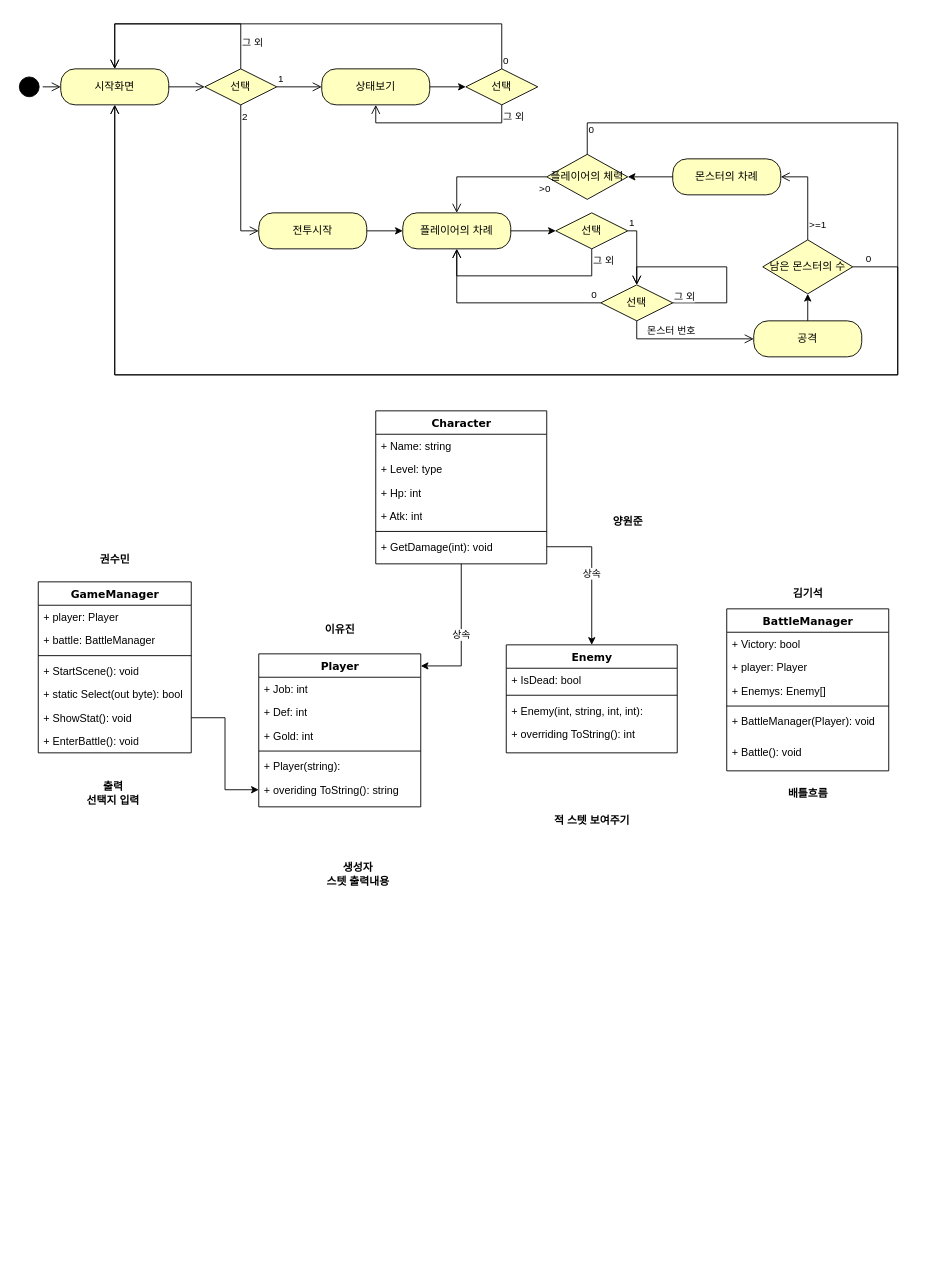
Kim-giseok/TxtRPG2 keeps this draw.io diagram as Class.drawio. Above is the earlier version. Source tidied: cells renumbered, new cells numbered last; positions are measured from the earlier drawing's top-left corner, leaving out a move shared by most shapes. Both pictures are drawn from the tidied source at 90%, with x=0, y=0 at pixel (15, 23).
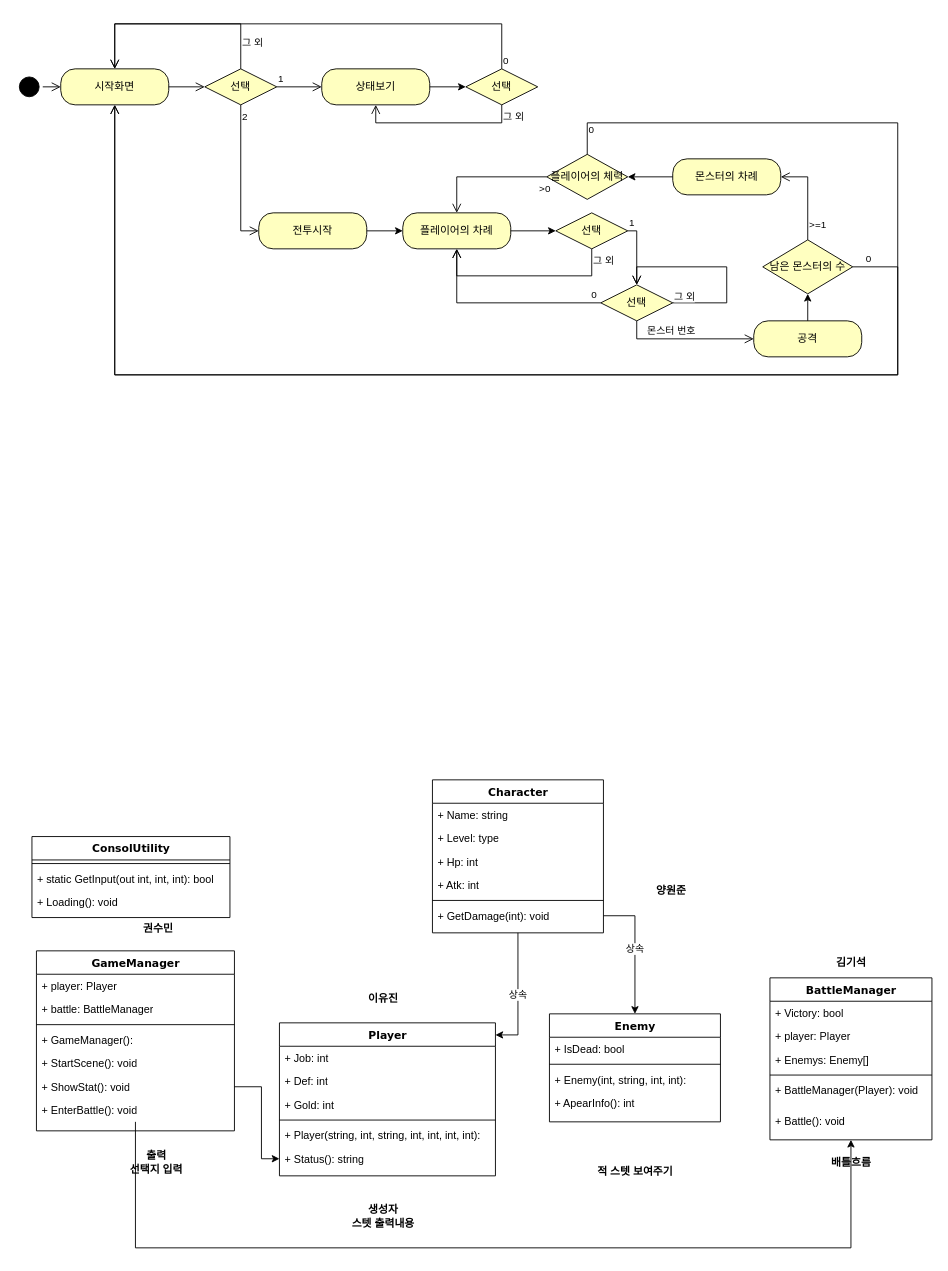
After the change.

Unchanged cells that the change refers to:
```xml
<mxCell id="62" value="+ Battle(): void" style="text;html=1;strokeColor=none;fillColor=none;align=left;verticalAlign=top;spacingLeft=4;spacingRight=4;whiteSpace=wrap;overflow=hidden;points=[[0,0.5],[1,0.5]];portConstraint=eastwest;" parent="56" vertex="1">
  <mxGeometry y="146" width="180" height="34" as="geometry" />
</mxCell>
```

Change to the diagram source:
```diff
@@
     <mxCell id="2" value="GameManager" style="swimlane;html=1;fontStyle=1;align=center;verticalAlign=top;horizontal=1;startSize=26;swimlaneFillColor=#ffffff;rounded=0;shadow=0;comic=0;labelBackgroundColor=none;strokeWidth=1;fillColor=none;fontFamily=Verdana;fontSize=12;" parent="1" vertex="1">
-      <mxGeometry x="25" y="620" width="170" height="190" as="geometry" />
+      <mxGeometry x="23" y="1030" width="220" height="200" as="geometry" />
     </mxCell>
     <mxCell id="3" value="+ player: Player" style="text;html=1;strokeColor=none;fillColor=none;align=left;verticalAlign=top;spacingLeft=4;spacingRight=4;whiteSpace=wrap;overflow=hidden;" parent="2" vertex="1">
-      <mxGeometry y="26" width="170" height="26" as="geometry" />
+      <mxGeometry y="26" width="220" height="26" as="geometry" />
     </mxCell>
     <mxCell id="4" value="+ battle: BattleManager" style="text;html=1;strokeColor=none;fillColor=none;align=left;verticalAlign=top;spacingLeft=4;spacingRight=4;whiteSpace=wrap;overflow=hidden;" parent="2" vertex="1">
-      <mxGeometry y="52" width="170" height="26" as="geometry" />
+      <mxGeometry y="52" width="220" height="26" as="geometry" />
     </mxCell>
     <mxCell id="5" style="line;html=1;strokeWidth=1;fillColor=none;align=left;verticalAlign=middle;spacingTop=-1;spacingLeft=3;spacingRight=3;labelPosition=right;" parent="2" vertex="1">
-      <mxGeometry y="78" width="170" height="8" as="geometry" />
+      <mxGeometry y="78" width="220" height="8" as="geometry" />
     </mxCell>
+    <mxCell id="81" value="+ GameManager():&lt;div&gt;&lt;br&gt;&lt;/div&gt;" style="text;html=1;strokeColor=none;fillColor=none;align=left;verticalAlign=top;spacingLeft=4;spacingRight=4;whiteSpace=wrap;overflow=hidden;" parent="2" vertex="1">
+      <mxGeometry y="86" width="220" height="26" as="geometry" />
+    </mxCell>
     <mxCell id="6" value="+ StartScene(): void&lt;div&gt;&lt;br&gt;&lt;/div&gt;" style="text;html=1;strokeColor=none;fillColor=none;align=left;verticalAlign=top;spacingLeft=4;spacingRight=4;whiteSpace=wrap;overflow=hidden;" parent="2" vertex="1">
-      <mxGeometry y="86" width="170" height="26" as="geometry" />
+      <mxGeometry y="112" width="220" height="26" as="geometry" />
     </mxCell>
-    <mxCell id="7" value="+ static Select(out byte): bool" style="text;html=1;strokeColor=none;fillColor=none;align=left;verticalAlign=top;spacingLeft=4;spacingRight=4;whiteSpace=wrap;overflow=hidden;" parent="2" vertex="1">
-      <mxGeometry y="112" width="170" height="26" as="geometry" />
-    </mxCell>
     <mxCell id="8" value="+ ShowStat(): void" style="text;html=1;strokeColor=none;fillColor=none;align=left;verticalAlign=top;spacingLeft=4;spacingRight=4;whiteSpace=wrap;overflow=hidden;points=[[0,0.5],[1,0.5]];portConstraint=eastwest;" parent="2" vertex="1">
-      <mxGeometry y="138" width="170" height="26" as="geometry" />
+      <mxGeometry y="138" width="220" height="26" as="geometry" />
     </mxCell>
     <mxCell id="9" value="+ EnterBattle(): void" style="text;html=1;strokeColor=none;fillColor=none;align=left;verticalAlign=top;spacingLeft=4;spacingRight=4;whiteSpace=wrap;overflow=hidden;points=[[0,0.5],[1,0.5]];portConstraint=eastwest;" parent="2" vertex="1">
-      <mxGeometry y="164" width="170" height="26" as="geometry" />
+      <mxGeometry y="164" width="220" height="26" as="geometry" />
     </mxCell>
@@
     <mxCell id="44" value="Player" style="swimlane;html=1;fontStyle=1;align=center;verticalAlign=top;horizontal=1;startSize=26;swimlaneFillColor=#ffffff;rounded=0;shadow=0;comic=0;labelBackgroundColor=none;strokeWidth=1;fillColor=none;fontFamily=Verdana;fontSize=12;" parent="1" vertex="1">
-      <mxGeometry x="270" y="700" width="180" height="170" as="geometry" />
+      <mxGeometry x="293" y="1110" width="240" height="170" as="geometry" />
     </mxCell>
     <mxCell id="45" value="+ Job: int" style="text;html=1;strokeColor=none;fillColor=none;align=left;verticalAlign=top;spacingLeft=4;spacingRight=4;whiteSpace=wrap;overflow=hidden;" parent="44" vertex="1">
-      <mxGeometry y="26" width="180" height="26" as="geometry" />
+      <mxGeometry y="26" width="240" height="26" as="geometry" />
     </mxCell>
     <mxCell id="46" value="+ Def: int" style="text;html=1;strokeColor=none;fillColor=none;align=left;verticalAlign=top;spacingLeft=4;spacingRight=4;whiteSpace=wrap;overflow=hidden;" parent="44" vertex="1">
-      <mxGeometry y="52" width="180" height="26" as="geometry" />
+      <mxGeometry y="52" width="240" height="26" as="geometry" />
     </mxCell>
     <mxCell id="47" value="+ Gold: int" style="text;html=1;strokeColor=none;fillColor=none;align=left;verticalAlign=top;spacingLeft=4;spacingRight=4;whiteSpace=wrap;overflow=hidden;" parent="44" vertex="1">
-      <mxGeometry y="78" width="180" height="26" as="geometry" />
+      <mxGeometry y="78" width="240" height="26" as="geometry" />
     </mxCell>
     <mxCell id="48" style="line;html=1;strokeWidth=1;fillColor=none;align=left;verticalAlign=middle;spacingTop=-1;spacingLeft=3;spacingRight=3;labelPosition=right;" parent="44" vertex="1">
-      <mxGeometry y="104" width="180" height="8" as="geometry" />
+      <mxGeometry y="104" width="240" height="8" as="geometry" />
     </mxCell>
-    <mxCell id="49" value="+ Player(string):&amp;nbsp;" style="text;html=1;strokeColor=none;fillColor=none;align=left;verticalAlign=top;spacingLeft=4;spacingRight=4;whiteSpace=wrap;overflow=hidden;" parent="44" vertex="1">
-      <mxGeometry y="112" width="180" height="26" as="geometry" />
+    <mxCell id="49" value="+ Player(string, int, string, int, int, int, int):&amp;nbsp;" style="text;html=1;strokeColor=none;fillColor=none;align=left;verticalAlign=top;spacingLeft=4;spacingRight=4;whiteSpace=wrap;overflow=hidden;" parent="44" vertex="1">
+      <mxGeometry y="112" width="240" height="26" as="geometry" />
     </mxCell>
-    <mxCell id="50" value="+ overiding ToString(): string" style="text;html=1;strokeColor=none;fillColor=none;align=left;verticalAlign=top;spacingLeft=4;spacingRight=4;whiteSpace=wrap;overflow=hidden;points=[[0,0.5],[1,0.5]];portConstraint=eastwest;" parent="44" vertex="1">
-      <mxGeometry y="138" width="180" height="26" as="geometry" />
+    <mxCell id="50" value="+ Status(): string" style="text;html=1;strokeColor=none;fillColor=none;align=left;verticalAlign=top;spacingLeft=4;spacingRight=4;whiteSpace=wrap;overflow=hidden;points=[[0,0.5],[1,0.5]];portConstraint=eastwest;" parent="44" vertex="1">
+      <mxGeometry y="138" width="240" height="26" as="geometry" />
     </mxCell>
     <mxCell id="51" value="Enemy" style="swimlane;html=1;fontStyle=1;align=center;verticalAlign=top;horizontal=1;startSize=26;swimlaneFillColor=#ffffff;rounded=0;shadow=0;comic=0;labelBackgroundColor=none;strokeWidth=1;fillColor=none;fontFamily=Verdana;fontSize=12;" parent="1" vertex="1">
-      <mxGeometry x="545" y="690" width="190" height="120" as="geometry" />
+      <mxGeometry x="593" y="1100" width="190" height="120" as="geometry" />
     </mxCell>
@@
-    <mxCell id="55" value="+ overriding ToString(): int" style="text;html=1;strokeColor=none;fillColor=none;align=left;verticalAlign=top;spacingLeft=4;spacingRight=4;whiteSpace=wrap;overflow=hidden;" parent="51" vertex="1">
+    <mxCell id="55" value="+ ApearInfo(): int" style="text;html=1;strokeColor=none;fillColor=none;align=left;verticalAlign=top;spacingLeft=4;spacingRight=4;whiteSpace=wrap;overflow=hidden;" parent="51" vertex="1">
       <mxGeometry y="86" width="190" height="26" as="geometry" />
     </mxCell>
     <mxCell id="56" value="BattleManager" style="swimlane;html=1;fontStyle=1;align=center;verticalAlign=top;horizontal=1;startSize=26;swimlaneFillColor=#ffffff;rounded=0;shadow=0;comic=0;labelBackgroundColor=none;strokeWidth=1;fillColor=none;fontFamily=Verdana;fontSize=12;" parent="1" vertex="1">
-      <mxGeometry x="790" y="650" width="180" height="180" as="geometry" />
+      <mxGeometry x="838" y="1060" width="180" height="180" as="geometry" />
     </mxCell>
@@
-    <mxCell id="63" style="edgeStyle=orthogonalEdgeStyle;rounded=0;jettySize=auto;html=1;" parent="1" edge="1" source="8" target="50">
-      <mxGeometry relative="1" as="geometry" />
+    <mxCell id="63" style="edgeStyle=orthogonalEdgeStyle;rounded=0;jettySize=auto;html=1;entryX=0;entryY=0.5;entryDx=0;entryDy=0;exitX=1;exitY=0.5;exitDx=0;exitDy=0;" parent="1" edge="1" source="8" target="50">
+      <mxGeometry relative="1" as="geometry">
+        <Array as="points">
+          <mxPoint x="273" y="1181" />
+          <mxPoint x="273" y="1261" />
+        </Array>
+      </mxGeometry>
     </mxCell>
     <mxCell id="64" value="양원준" style="text;align=center;fontStyle=1;verticalAlign=middle;spacingLeft=3;spacingRight=3;strokeColor=none;html=1;" parent="1" vertex="1">
-      <mxGeometry x="640" y="540" width="80" height="26" as="geometry" />
+      <mxGeometry x="688" y="950" width="80" height="26" as="geometry" />
     </mxCell>
     <mxCell id="65" value="이유진" style="text;align=center;fontStyle=1;verticalAlign=middle;spacingLeft=3;spacingRight=3;strokeColor=none;html=1;" parent="1" vertex="1">
-      <mxGeometry x="320" y="660" width="80" height="26" as="geometry" />
+      <mxGeometry x="368" y="1070" width="80" height="26" as="geometry" />
     </mxCell>
     <mxCell id="66" value="권수민" style="text;align=center;fontStyle=1;verticalAlign=middle;spacingLeft=3;spacingRight=3;strokeColor=none;html=1;" parent="1" vertex="1">
-      <mxGeometry x="70" y="583" width="80" height="26" as="geometry" />
+      <mxGeometry x="118" y="993" width="80" height="26" as="geometry" />
     </mxCell>
     <mxCell id="67" value="김기석" style="text;align=center;fontStyle=1;verticalAlign=middle;spacingLeft=3;spacingRight=3;strokeColor=none;html=1;" parent="1" vertex="1">
-      <mxGeometry x="840" y="620" width="80" height="26" as="geometry" />
+      <mxGeometry x="888" y="1030" width="80" height="26" as="geometry" />
     </mxCell>
     <mxCell id="68" value="출력&lt;div&gt;선택지 입력&lt;/div&gt;" style="text;align=center;fontStyle=1;verticalAlign=middle;spacingLeft=3;spacingRight=3;strokeColor=none;html=1;" parent="1" vertex="1">
-      <mxGeometry x="25" y="830" width="165" height="50" as="geometry" />
+      <mxGeometry x="73" y="1240" width="165" height="50" as="geometry" />
     </mxCell>
     <mxCell id="69" value="생성자&lt;div&gt;스텟 출력내용&lt;/div&gt;" style="text;align=center;fontStyle=1;verticalAlign=middle;spacingLeft=3;spacingRight=3;strokeColor=none;html=1;" parent="1" vertex="1">
-      <mxGeometry x="297.5" y="920" width="165" height="50" as="geometry" />
+      <mxGeometry x="325.5" y="1300" width="165" height="50" as="geometry" />
     </mxCell>
     <mxCell id="70" value="적 스텟 보여주기" style="text;align=center;fontStyle=1;verticalAlign=middle;spacingLeft=3;spacingRight=3;strokeColor=none;html=1;" parent="1" vertex="1">
-      <mxGeometry x="557.5" y="860" width="165" height="50" as="geometry" />
+      <mxGeometry x="605.5" y="1250" width="165" height="50" as="geometry" />
     </mxCell>
     <mxCell id="71" value="배틀흐름" style="text;align=center;fontStyle=1;verticalAlign=middle;spacingLeft=3;spacingRight=3;strokeColor=none;html=1;" parent="1" vertex="1">
-      <mxGeometry x="815" y="840" width="130" height="30" as="geometry" />
+      <mxGeometry x="863" y="1250" width="130" height="30" as="geometry" />
     </mxCell>
     <mxCell id="72" value="Character" style="swimlane;html=1;fontStyle=1;align=center;verticalAlign=top;horizontal=1;startSize=26;swimlaneFillColor=#ffffff;rounded=0;shadow=0;comic=0;labelBackgroundColor=none;strokeWidth=1;fillColor=none;fontFamily=Verdana;fontSize=12;" parent="1" vertex="1">
-      <mxGeometry x="400" y="430" width="190" height="170" as="geometry" />
+      <mxGeometry x="463" y="840" width="190" height="170" as="geometry" />
     </mxCell>
@@
+    <mxCell id="82" value="ConsolUtility" style="swimlane;html=1;fontStyle=1;align=center;verticalAlign=top;horizontal=1;startSize=26;swimlaneFillColor=#ffffff;rounded=0;shadow=0;comic=0;labelBackgroundColor=none;strokeWidth=1;fillColor=none;fontFamily=Verdana;fontSize=12;" parent="1" vertex="1">
+      <mxGeometry x="18" y="903" width="220" height="90" as="geometry" />
+    </mxCell>
+    <mxCell id="83" style="line;html=1;strokeWidth=1;fillColor=none;align=left;verticalAlign=middle;spacingTop=-1;spacingLeft=3;spacingRight=3;labelPosition=right;" parent="82" vertex="1">
+      <mxGeometry y="26" width="220" height="8" as="geometry" />
+    </mxCell>
+    <mxCell id="84" value="+ static GetInput(out int, int, int): bool" style="text;html=1;strokeColor=none;fillColor=none;align=left;verticalAlign=top;spacingLeft=4;spacingRight=4;whiteSpace=wrap;overflow=hidden;" parent="82" vertex="1">
+      <mxGeometry y="34" width="220" height="26" as="geometry" />
+    </mxCell>
+    <mxCell id="85" value="+ Loading(): void" style="text;html=1;strokeColor=none;fillColor=none;align=left;verticalAlign=top;spacingLeft=4;spacingRight=4;whiteSpace=wrap;overflow=hidden;" parent="82" vertex="1">
+      <mxGeometry y="60" width="220" height="26" as="geometry" />
+    </mxCell>
+    <mxCell id="86" style="edgeStyle=orthogonalEdgeStyle;rounded=0;jettySize=auto;html=1;" parent="1" edge="1" source="9" target="62">
+      <mxGeometry relative="1" as="geometry">
+        <Array as="points">
+          <mxPoint x="133" y="1360" />
+          <mxPoint x="928" y="1360" />
+        </Array>
+      </mxGeometry>
+    </mxCell>
```
